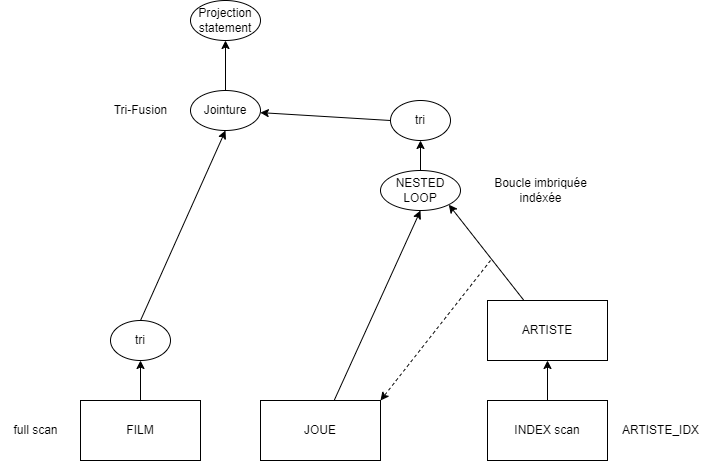
Earlier version of the draw.io export Exercice3/questions3_3_a.drawio.png (antonincacadetruire/MiniProjet). Source tidied: cells renumbered, new cells last; positions are measured from the earlier drawing's top-left corner, leaving out a move shared by most shapes.
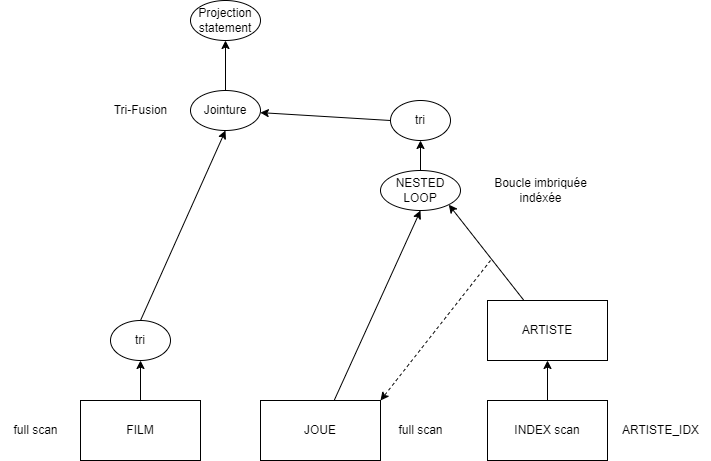
After the change.

Diff of the diagram source:
```diff
@@ -70,5 +70,8 @@
         <mxPoint x="490" y="260" as="sourcePoint" />
       </mxGeometry>
     </mxCell>
+    <mxCell id="24" value="full scan" style="text;html=1;align=center;verticalAlign=middle;strokeColor=none;fillColor=none;" parent="1" vertex="1">
+      <mxGeometry x="385" y="415" width="70" height="30" as="geometry" />
+    </mxCell>
   </root>
 </mxGraphModel>
```
